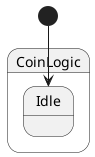
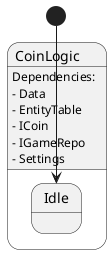
@startuml CoinLogic
state CoinLogic {
  state Idle
}

[*] --> Idle
+ 
+ CoinLogic : Dependencies:
+ CoinLogic : - Data
+ CoinLogic : - EntityTable
+ CoinLogic : - ICoin
+ CoinLogic : - IGameRepo
+ CoinLogic : - Settings
@enduml